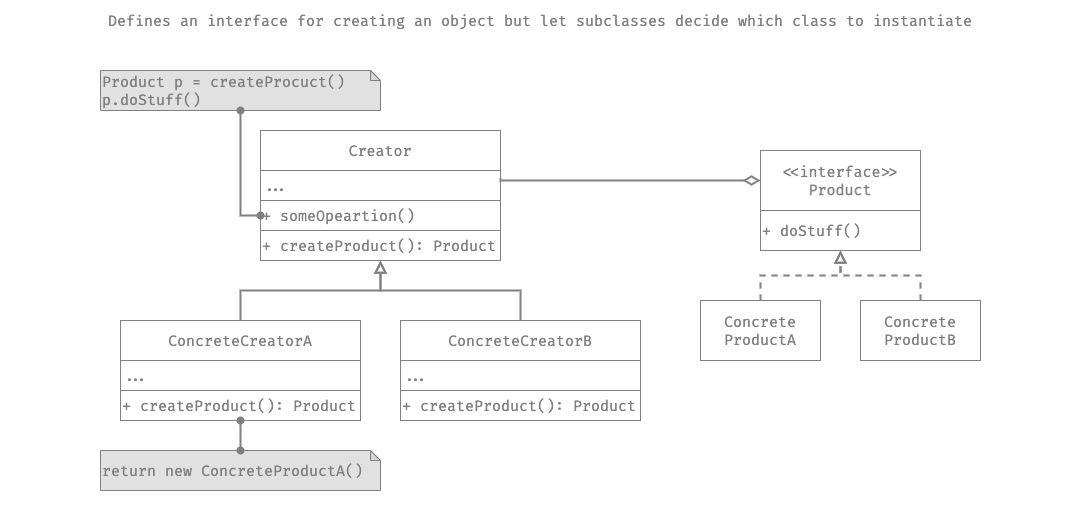
Above: static/image/Factory.png in luk3ya0/luk3ya0.github.io (draw.io), before the change. Source tidied: cells renumbered, new cells last; positions are measured from the earlier drawing's top-left corner, leaving out a move shared by most shapes.
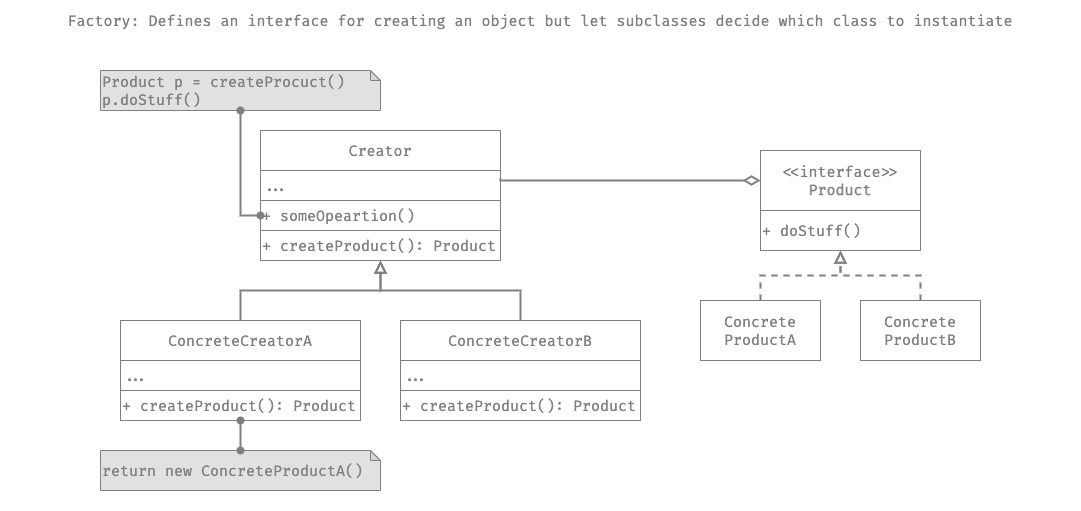
Later version of the same file.

Change to the diagram source:
```diff
@@ -11,7 +11,7 @@
     <mxCell id="4" value="return new ConcreteProductA()" style="shape=note;whiteSpace=wrap;html=1;backgroundOutline=1;darkOpacity=0.05;fontFamily=Fira Code;fontSource=https%3A%2F%2Ffonts.googleapis.com%2Fcss%3Ffamily%3DFira%2BCode;fontSize=15;fontColor=#808080;fillColor=#E1E1E1;size=10;strokeColor=#808080;align=left;" parent="1" vertex="1">
       <mxGeometry x="100" y="450" width="280" height="40" as="geometry" />
     </mxCell>
-    <mxCell id="5" value="Defines an interface for creating an object but let subclasses decide which class to instantiate" style="rounded=0;whiteSpace=wrap;html=1;fillColor=none;strokeColor=none;fontFamily=Fira Code;fontSource=https%3A%2F%2Ffonts.googleapis.com%2Fcss%3Ffamily%3DFira%2BCode;fontSize=15;fontColor=#808080;" parent="1" vertex="1">
+    <mxCell id="5" value="Factory: Defines an interface for creating an object but let subclasses decide which class to instantiate" style="rounded=0;whiteSpace=wrap;html=1;fillColor=none;strokeColor=none;fontFamily=Fira Code;fontSource=https%3A%2F%2Ffonts.googleapis.com%2Fcss%3Ffamily%3DFira%2BCode;fontSize=15;fontColor=#808080;" parent="1" vertex="1">
       <mxGeometry width="1080" height="40" as="geometry" />
     </mxCell>
     <mxCell id="6" value="&amp;lt;&amp;lt;interface&amp;gt;&amp;gt;&lt;br style=&quot;font-size: 15px;&quot;&gt;&lt;b style=&quot;font-size: 15px;&quot;&gt;Product&lt;/b&gt;" style="rounded=0;whiteSpace=wrap;html=1;fillColor=none;fontColor=#808080;fontFamily=Fira Code;fontSource=https%3A%2F%2Ffonts.googleapis.com%2Fcss%3Ffamily%3DFira%2BCode;fontSize=15;strokeColor=#808080;" parent="1" vertex="1">
```
